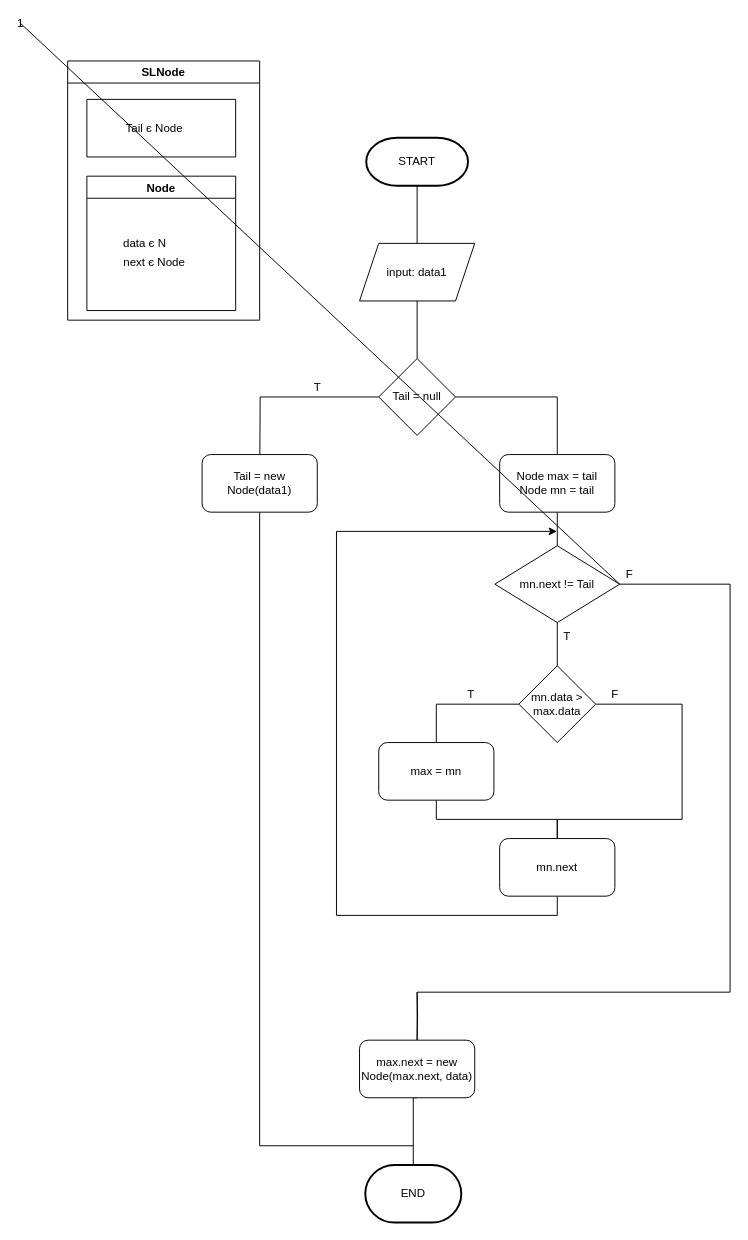
This is asd_Lab_04/Lab_04.drawio from vik-4994/ads-gavrylenko-kp11, a draw.io file, before an edit. Source tidied: cells renumbered, new cells numbered last; positions are measured from the earlier drawing's top-left corner, leaving out a move shared by most shapes. Both pictures are drawn from the tidied source at 96%, with x=0, y=0 at pixel (19, 22).
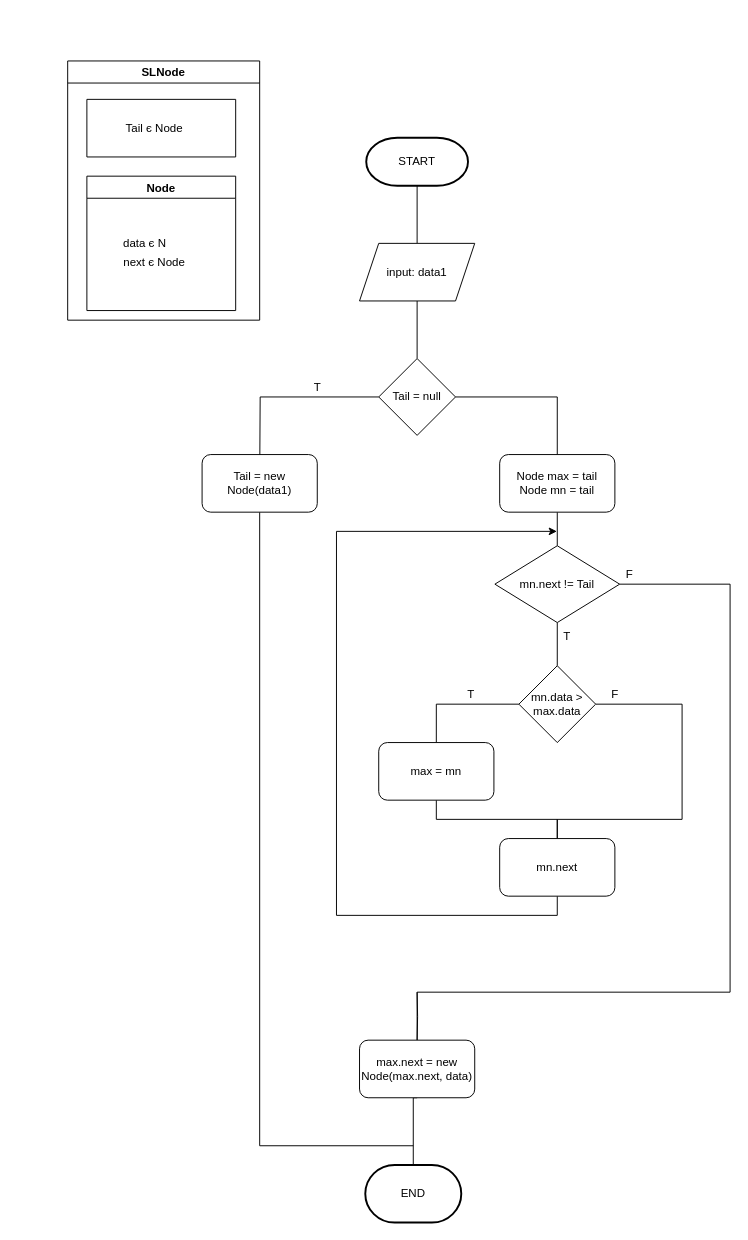
Above is the later version.

Commit message:
Lab_04 ready!

The change refers to these unchanged cells:
```xml
<mxCell id="23" value="mn.next != Tail" style="rhombus;whiteSpace=wrap;html=1;" parent="1" vertex="1">
  <mxGeometry x="495" y="545" width="130" height="80" as="geometry" />
</mxCell>
```

Diff of the diagram source:
```diff
@@
-    <mxCell id="21" style="edgeStyle=orthogonalEdgeStyle;rounded=0;jettySize=auto;html=1;exitX=1;exitY=0.5;exitDx=0;exitDy=0;entryX=0.5;entryY=0;entryDx=0;entryDy=0;endArrow=none;endFill=0;" parent="1" edge="1" source="23" target="27">
-      <mxGeometry relative="1" as="geometry" />
-    </mxCell>
@@
-    <mxCell id="27" value="1" style="ellipse;whiteSpace=wrap;html=1;" parent="1" vertex="1">
-      <mxGeometry as="geometry" />
-    </mxCell>
```
